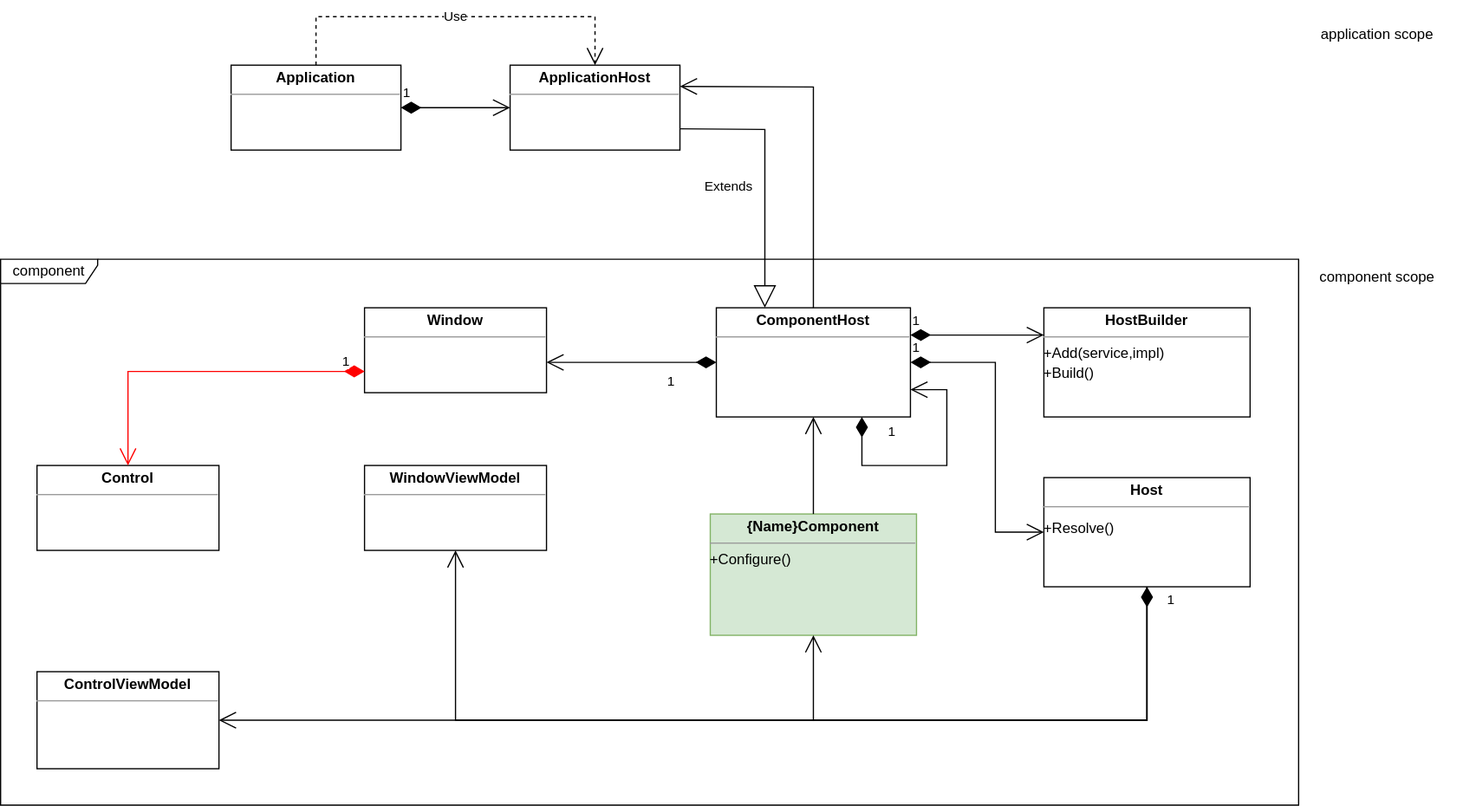
The draw.io diagram WPFUtilities/Doc/dependency-injection.svg in franck-gaspoz/WPFUtilities, before a commit. Source tidied: cells renumbered, new cells last; positions are measured from the earlier drawing's top-left corner, leaving out a move shared by most shapes.
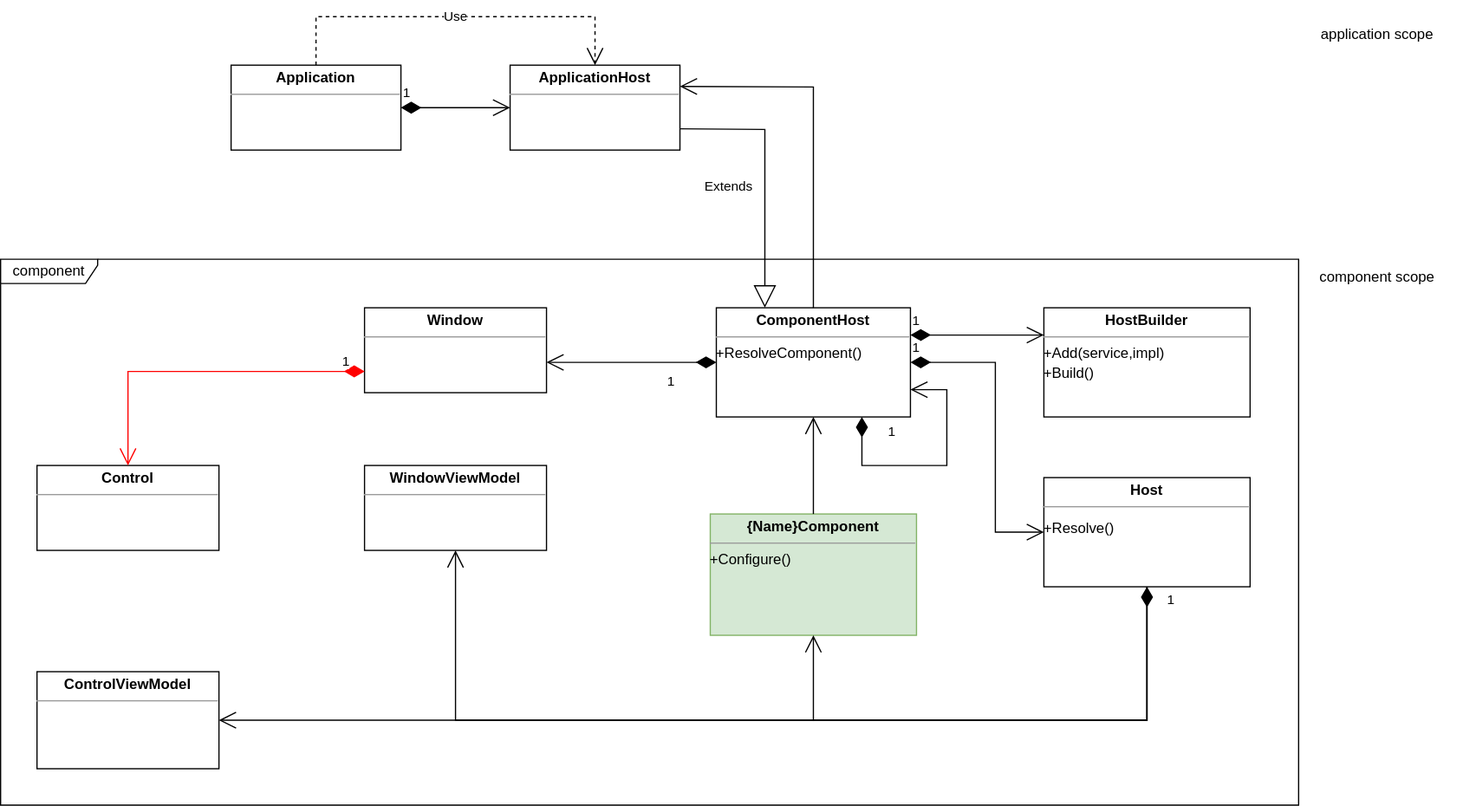
Above is the later version.

What changed in the source:
```diff
@@ -25,7 +25,7 @@
     <mxCell id="7" value="application scope" style="text;html=1;strokeColor=none;fillColor=none;align=center;verticalAlign=middle;whiteSpace=wrap;rounded=0;" parent="1" vertex="1">
       <mxGeometry x="1065" width="140" height="30" as="geometry" />
     </mxCell>
-    <mxCell id="8" value="&lt;p style=&quot;margin: 0px ; margin-top: 4px ; text-align: center&quot;&gt;&lt;b&gt;ComponentHost&lt;/b&gt;&lt;/p&gt;&lt;hr size=&quot;1&quot;&gt;&lt;div style=&quot;height: 2px&quot;&gt;&lt;br&gt;&lt;/div&gt;" style="verticalAlign=top;align=left;overflow=fill;fontSize=12;fontFamily=Helvetica;html=1;" parent="1" vertex="1">
+    <mxCell id="8" value="&lt;p style=&quot;margin: 0px ; margin-top: 4px ; text-align: center&quot;&gt;&lt;b&gt;ComponentHost&lt;/b&gt;&lt;/p&gt;&lt;hr size=&quot;1&quot;&gt;&lt;div style=&quot;height: 2px&quot;&gt;+ResolveComponent()&lt;/div&gt;" style="verticalAlign=top;align=left;overflow=fill;fontSize=12;fontFamily=Helvetica;html=1;" parent="1" vertex="1">
       <mxGeometry x="590" y="240" width="160" height="90" as="geometry" />
     </mxCell>
     <mxCell id="9" value="1" style="endArrow=open;html=1;endSize=12;startArrow=diamondThin;startSize=14;startFill=1;edgeStyle=orthogonalEdgeStyle;align=left;verticalAlign=bottom;rounded=0;exitX=0;exitY=0.5;exitDx=0;exitDy=0;" parent="1" edge="1" source="8">
```
